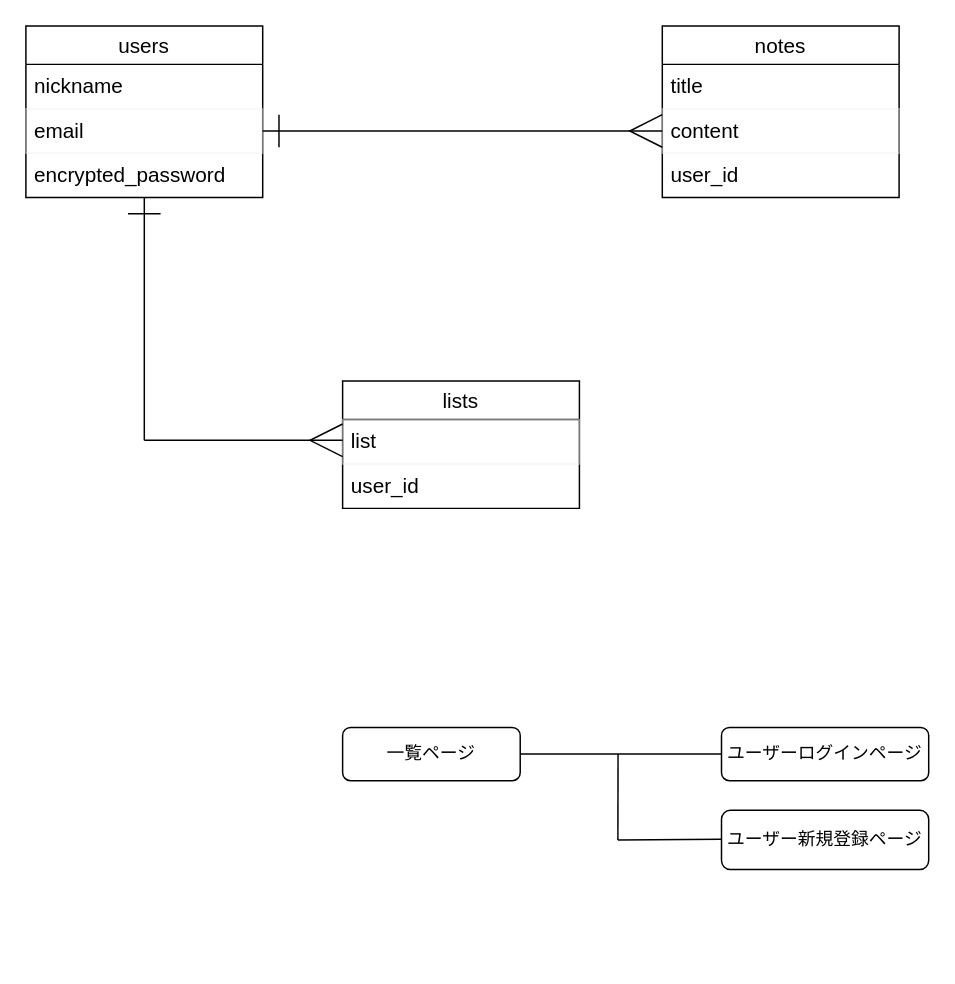
This is memo.dio from jum113/list-app, a draw.io file, before an edit. Source tidied: cells renumbered, new cells numbered last; positions are measured from the earlier drawing's top-left corner, leaving out a move shared by most shapes. Both pictures are drawn from the tidied source at 148%, with x=0, y=0 at pixel (25, 25).
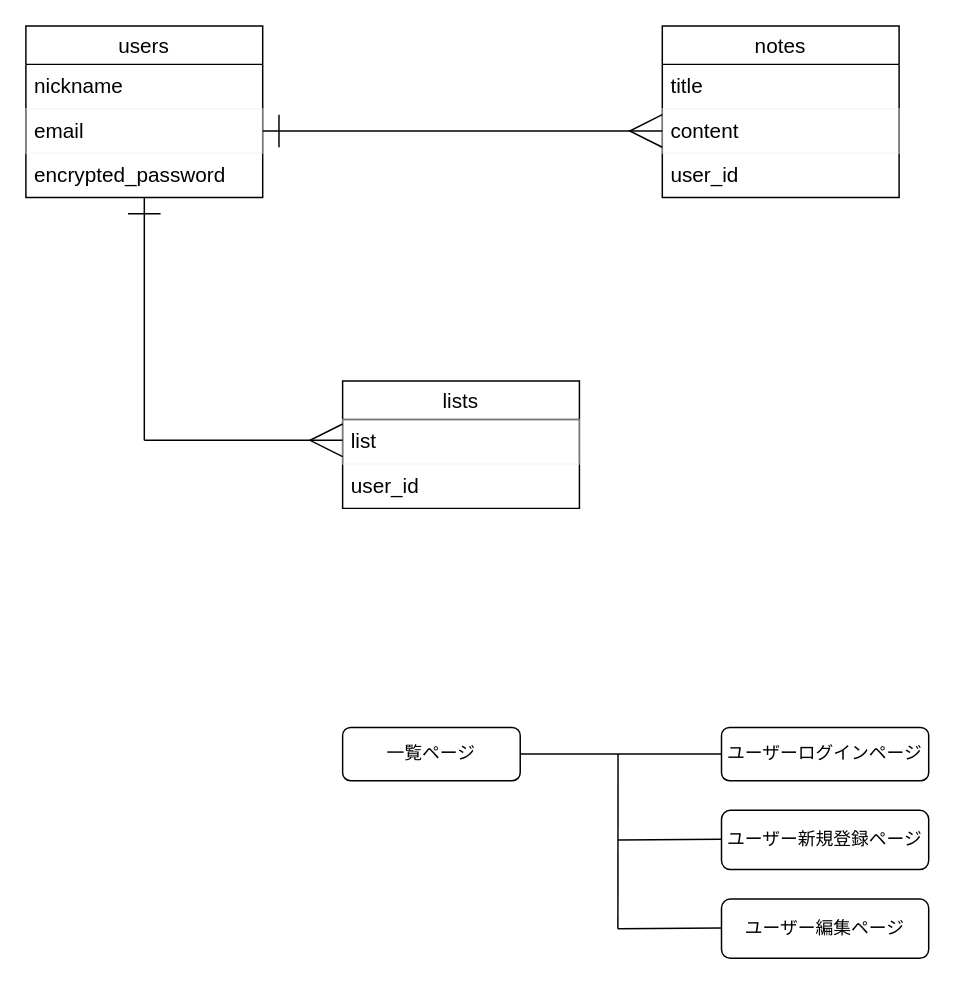
The same diagram, later.

Commit message:
画面遷移図の修正

What changed in the source:
```diff
@@
     <mxCell id="20" style="edgeStyle=none;html=1;exitX=0.5;exitY=1;exitDx=0;exitDy=0;endArrow=none;endFill=0;" parent="1" edge="1">
       <mxGeometry relative="1" as="geometry">
         <mxPoint x="400.1" y="492" as="sourcePoint" />
-        <mxPoint x="400" y="550" as="targetPoint" />
+        <mxPoint x="400" y="610" as="targetPoint" />
       </mxGeometry>
     </mxCell>
@@
+    <mxCell id="22" value="ユーザー編集ページ" style="rounded=1;whiteSpace=wrap;html=1;" parent="1" vertex="1">
+      <mxGeometry x="470" y="590" width="140" height="40" as="geometry" />
+    </mxCell>
+    <mxCell id="23" style="edgeStyle=none;html=1;entryX=0;entryY=0.5;entryDx=0;entryDy=0;endArrow=none;endFill=0;" parent="1" edge="1">
+      <mxGeometry relative="1" as="geometry">
+        <mxPoint x="400" y="610" as="sourcePoint" />
+        <mxPoint x="470" y="609.6" as="targetPoint" />
+      </mxGeometry>
+    </mxCell>
```
